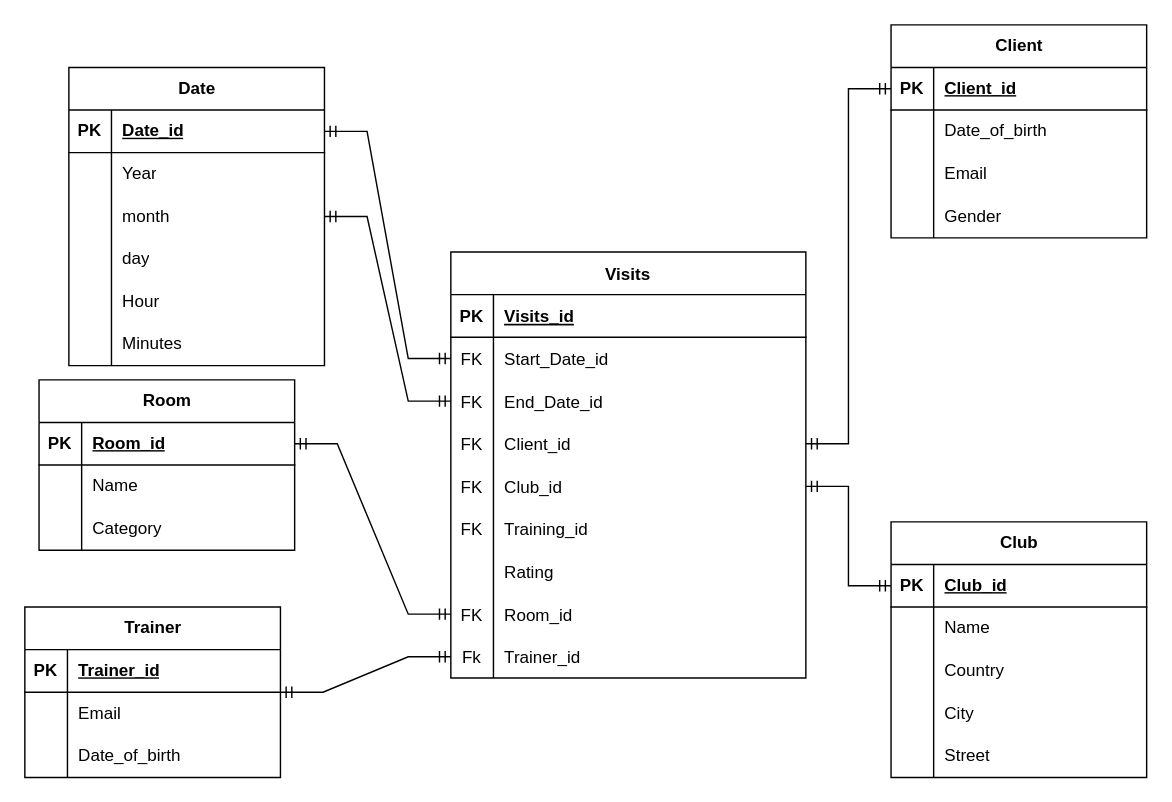
The draw.io diagram Hurtownia.drawio in modul-sum-3/sum-back, before the edit. Source tidied: cells renumbered, new cells numbered last; positions are measured from the earlier drawing's top-left corner, leaving out a move shared by most shapes. Both pictures are drawn from the tidied source at 142%, with x=0, y=0 at pixel (24, 24).
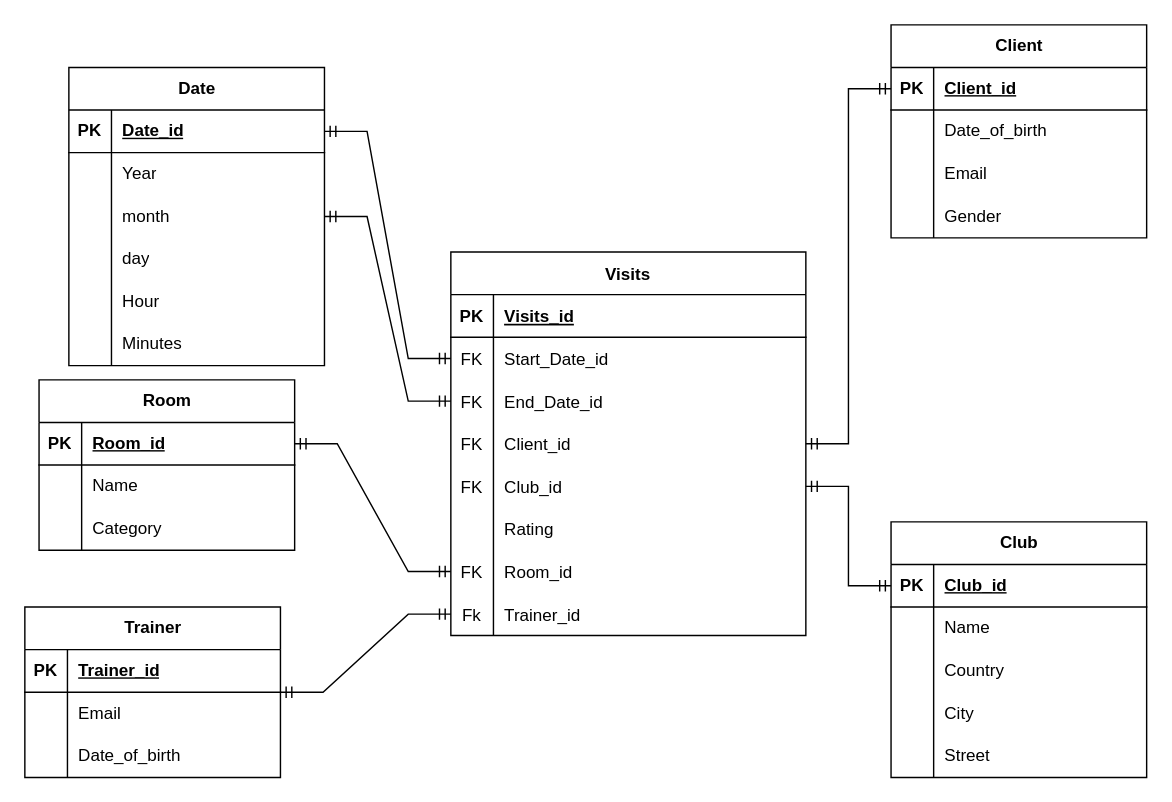
After the change.

Diff of the diagram source:
```diff
@@
     <mxCell id="2" value="Visits" style="shape=table;startSize=30;childLayout=tableLayout;rowLines=0;fontStyle=1;align=center;" parent="1" vertex="1">
-      <mxGeometry x="300" y="160" width="250" height="300" as="geometry" />
+      <mxGeometry x="300" y="160" width="250" height="270" as="geometry" />
     </mxCell>
@@
-    <mxCell id="18" style="shape=partialRectangle;fillColor=none;top=0;left=0;right=0;bottom=0;" parent="2" vertex="1">
-      <mxGeometry y="180" width="250" height="30" as="geometry" />
-    </mxCell>
-    <mxCell id="19" value="FK" style="shape=partialRectangle;overflow=hidden;fillColor=none;top=0;left=0;bottom=0;right=0;" parent="18" vertex="1">
-      <mxGeometry width="30" height="30" as="geometry" />
-    </mxCell>
-    <mxCell id="20" value="Training_id" style="shape=partialRectangle;overflow=hidden;fillColor=none;top=0;left=0;bottom=0;right=0;align=left;spacingLeft=6;" parent="18" vertex="1">
-      <mxGeometry x="30" width="220" height="30" as="geometry" />
-    </mxCell>
     <mxCell id="21" style="shape=partialRectangle;fillColor=none;top=0;left=0;right=0;bottom=0;" parent="2" vertex="1">
-      <mxGeometry y="210" width="250" height="30" as="geometry" />
+      <mxGeometry y="180" width="250" height="30" as="geometry" />
     </mxCell>
@@
     <mxCell id="24" style="shape=partialRectangle;fillColor=none;points=[[0,0.5],[1,0.5]];portConstraint=eastwest;top=0;left=0;right=0;bottom=0;" parent="2" vertex="1">
-      <mxGeometry y="240" width="250" height="30" as="geometry" />
+      <mxGeometry y="210" width="250" height="30" as="geometry" />
     </mxCell>
@@
     <mxCell id="27" style="shape=partialRectangle;fillColor=none;points=[[0,0.5],[1,0.5]];portConstraint=eastwest;top=0;left=0;right=0;bottom=0;" parent="2" vertex="1">
-      <mxGeometry y="270" width="250" height="30" as="geometry" />
+      <mxGeometry y="240" width="250" height="30" as="geometry" />
     </mxCell>
```
